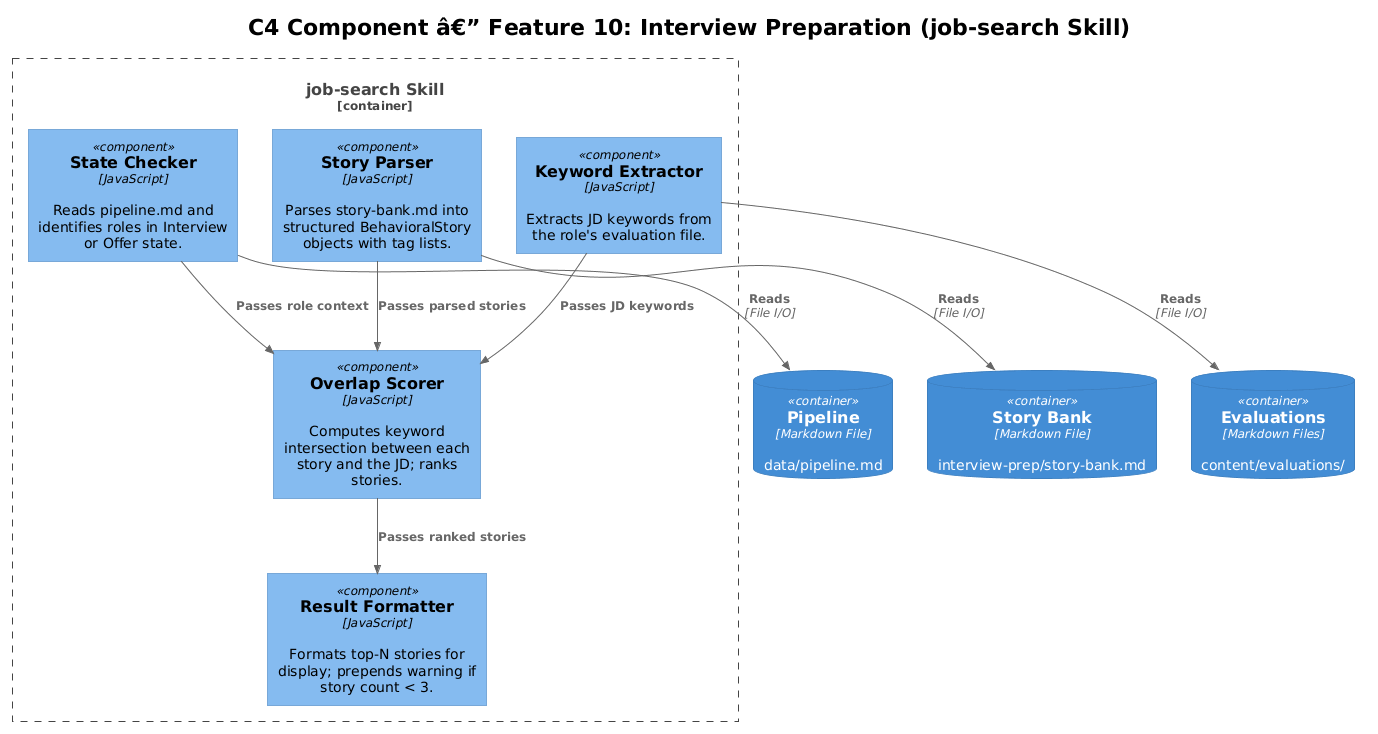
Above: docs/detailed-designs/10-interview-preparation/diagrams/c4_component.png in QuinntyneBrown/Orbit (PlantUML), before the change.
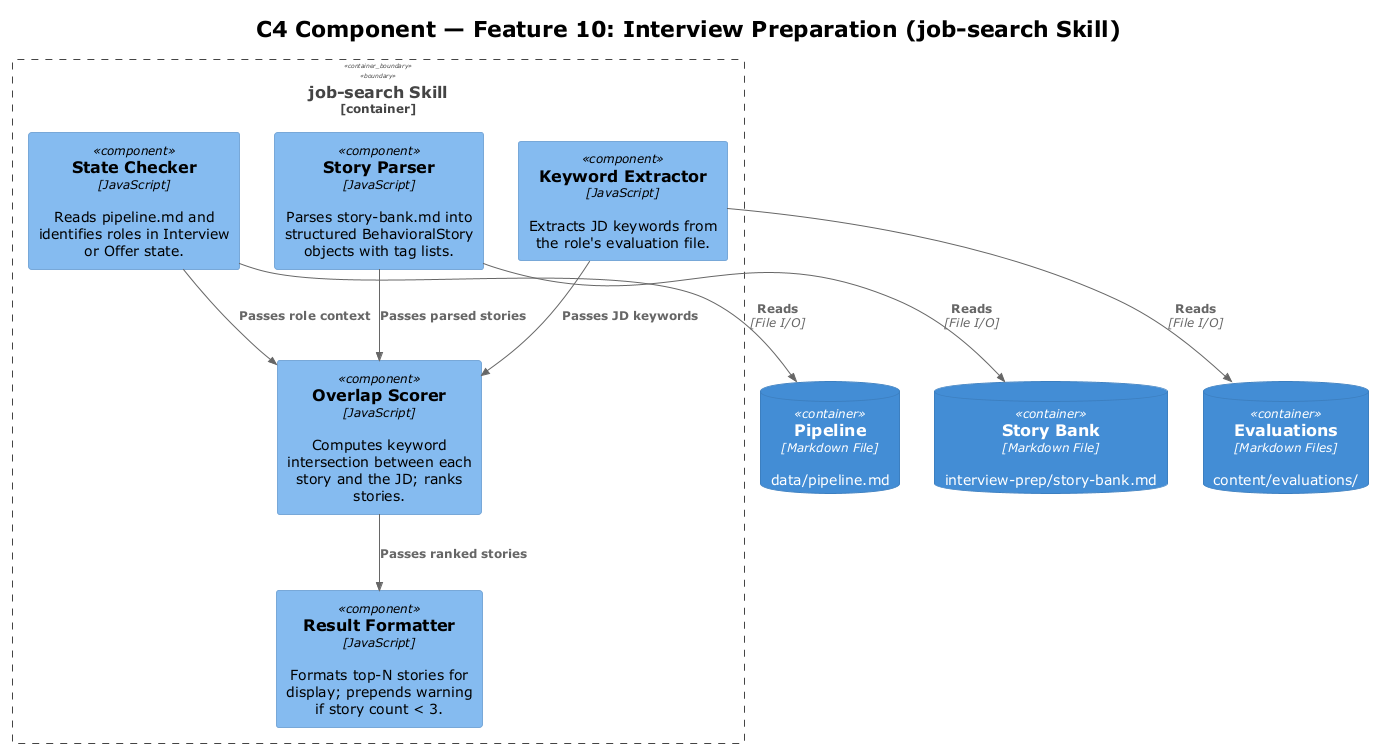
After the commit.

What changed in the source:
```diff
@@ -1,8 +1,8 @@
-@startuml
+@startuml c4_component
 !theme plain
 !include <C4/C4_Component>
 
-title C4 Component â€” Feature 10: Interview Preparation (job-search Skill)
+title C4 Component — Feature 10: Interview Preparation (job-search Skill)
 
 Container_Boundary(jobSkill, "job-search Skill") {
     Component(stateChecker, "State Checker", "JavaScript", "Reads pipeline.md and identifies roles in Interview or Offer state.")
@@ -23,4 +23,5 @@
 Rel(storyParser, overlapScorer, "Passes parsed stories")
 Rel(keywordExtractor, overlapScorer, "Passes JD keywords")
 Rel(overlapScorer, resultFormatter, "Passes ranked stories")
+
 @enduml
```
